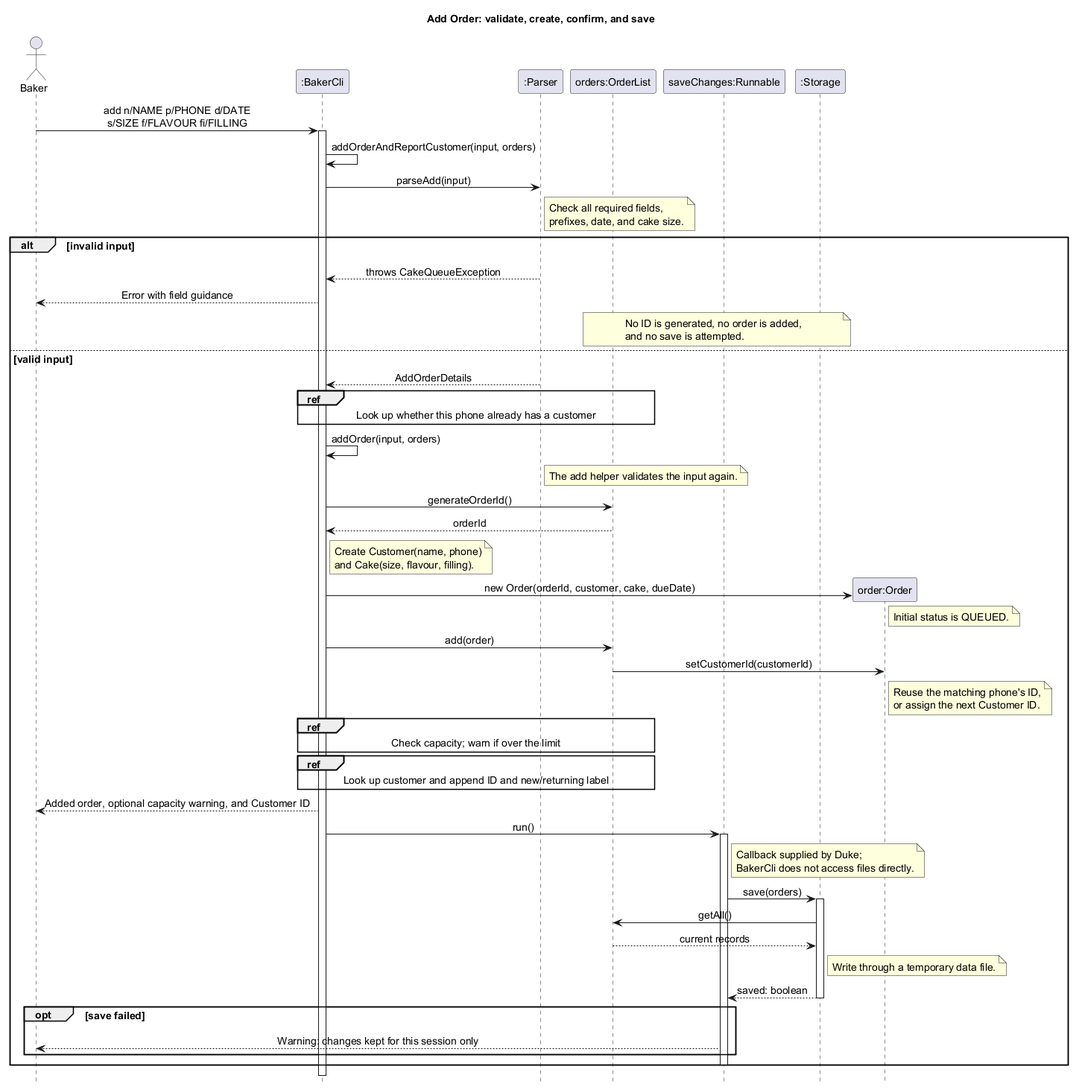
Before: docs/images/add-order-sequence.png, a diagram exported from PlantUML (AY2627S1-CS2113-W12-1/tp).
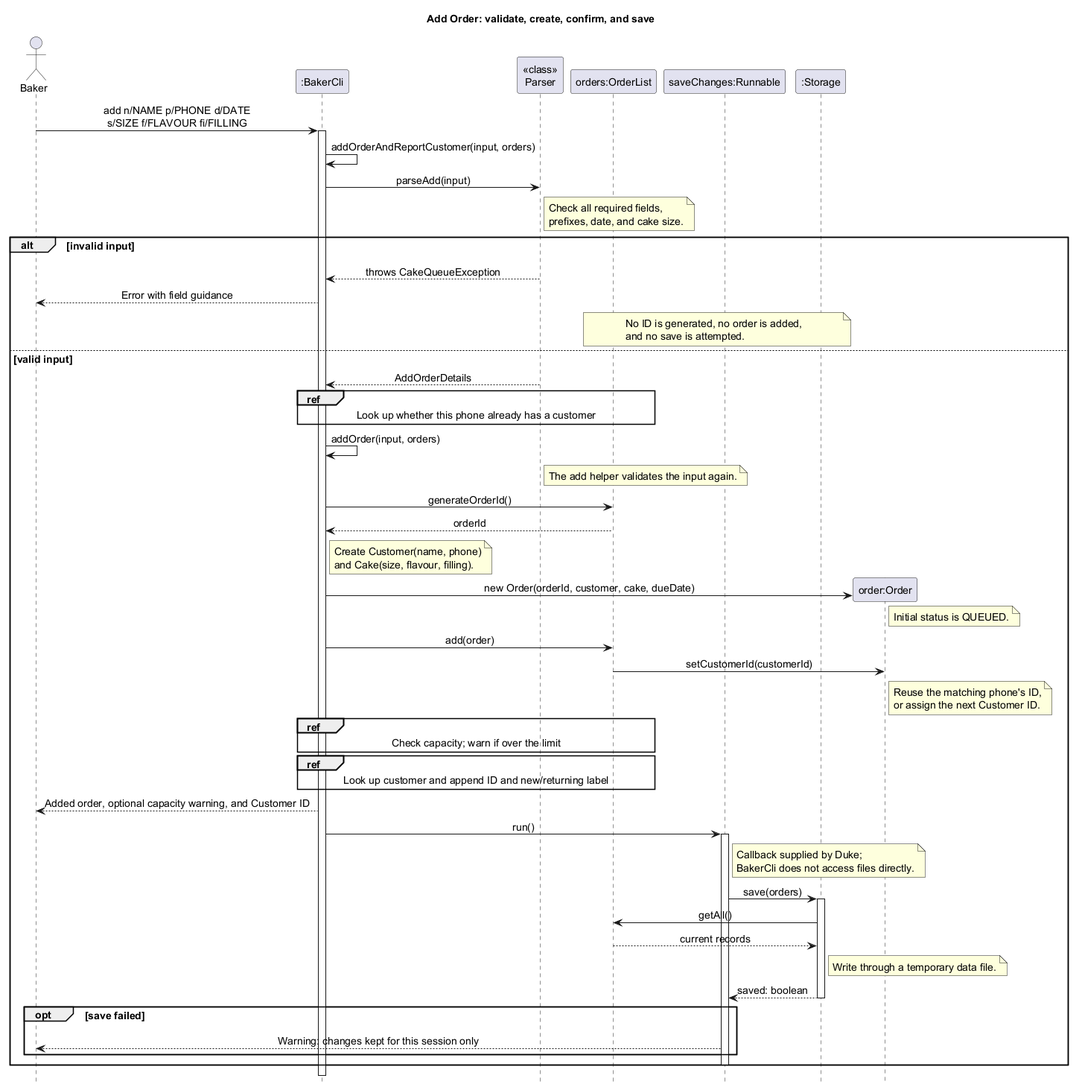
After the change.

What changed in the source:
```diff
@@ -1,4 +1,5 @@
 @startuml
+!pragma layout smetana
 title Add Order: validate, create, confirm, and save
 skinparam backgroundColor white
 skinparam defaultFontName SansSerif
@@ -8,7 +9,7 @@
 
 actor Baker
 participant ":BakerCli" as Cli
-participant ":Parser" as Parser
+participant "<<class>>\nParser" as Parser
 participant "orders:OrderList" as Orders
 participant "saveChanges:Runnable" as Save
 participant ":Storage" as Storage
```
